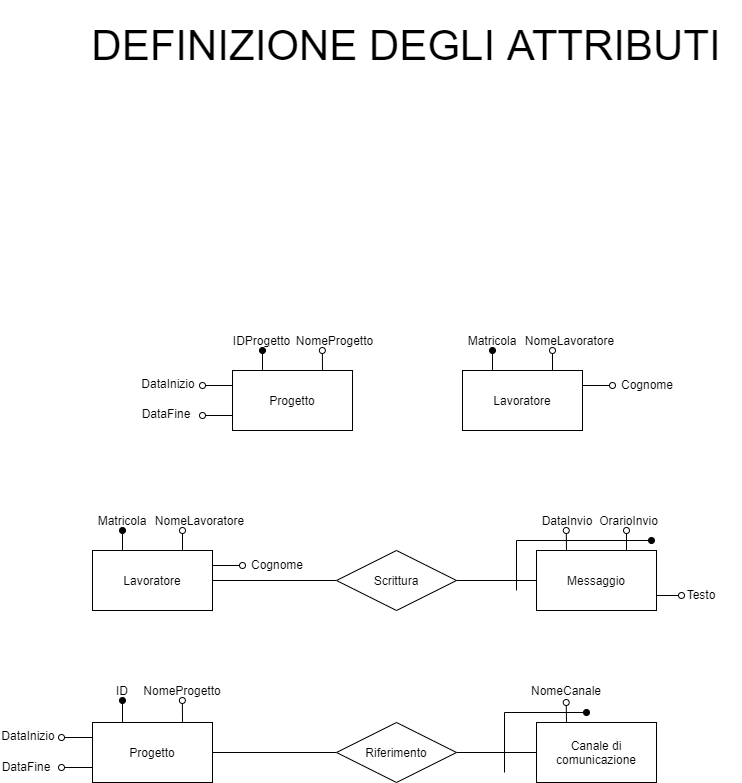
The draw.io diagram Relazione/Schema ER/definizione-attributi.png in martafra/BD-Chat-Multicanale, before a commit. Source tidied: cells renumbered, new cells last; positions are measured from the earlier drawing's top-left corner, leaving out a move shared by most shapes.
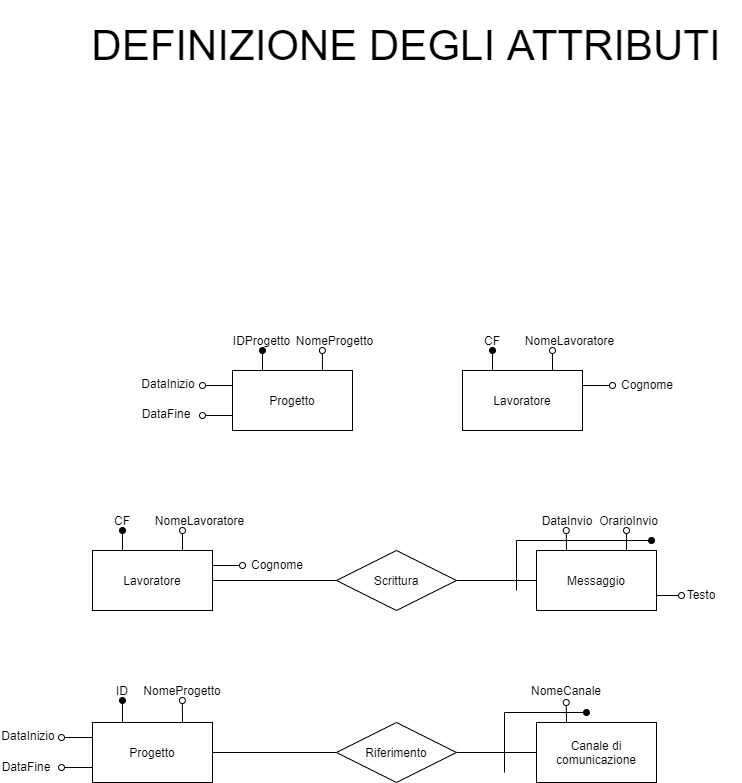
The same diagram one commit later.

Diff of the diagram source:
```diff
@@ -58,7 +58,7 @@
     <mxCell id="15" value="Lavoratore" style="rounded=0;whiteSpace=wrap;html=1;" parent="1" vertex="1">
       <mxGeometry x="462" y="370" width="120" height="60" as="geometry" />
     </mxCell>
-    <mxCell id="16" value="Matricola" style="text;html=1;strokeColor=none;fillColor=none;align=center;verticalAlign=middle;whiteSpace=wrap;rounded=0;" parent="1" vertex="1">
+    <mxCell id="16" value="CF" style="text;html=1;strokeColor=none;fillColor=none;align=center;verticalAlign=middle;whiteSpace=wrap;rounded=0;" parent="1" vertex="1">
       <mxGeometry x="472" y="330" width="40" height="20" as="geometry" />
     </mxCell>
     <mxCell id="17" value="NomeLavoratore" style="text;html=1;strokeColor=none;fillColor=none;align=center;verticalAlign=middle;whiteSpace=wrap;rounded=0;" parent="1" vertex="1">
@@ -152,7 +152,7 @@
     <mxCell id="38" value="Lavoratore" style="rounded=0;whiteSpace=wrap;html=1;" parent="1" vertex="1">
       <mxGeometry x="92" y="550" width="120" height="60" as="geometry" />
     </mxCell>
-    <mxCell id="39" value="Matricola" style="text;html=1;strokeColor=none;fillColor=none;align=center;verticalAlign=middle;whiteSpace=wrap;rounded=0;" parent="1" vertex="1">
+    <mxCell id="39" value="CF" style="text;html=1;strokeColor=none;fillColor=none;align=center;verticalAlign=middle;whiteSpace=wrap;rounded=0;" parent="1" vertex="1">
       <mxGeometry x="102" y="510" width="40" height="20" as="geometry" />
     </mxCell>
     <mxCell id="40" value="NomeLavoratore" style="text;html=1;strokeColor=none;fillColor=none;align=center;verticalAlign=middle;whiteSpace=wrap;rounded=0;" parent="1" vertex="1">
```
